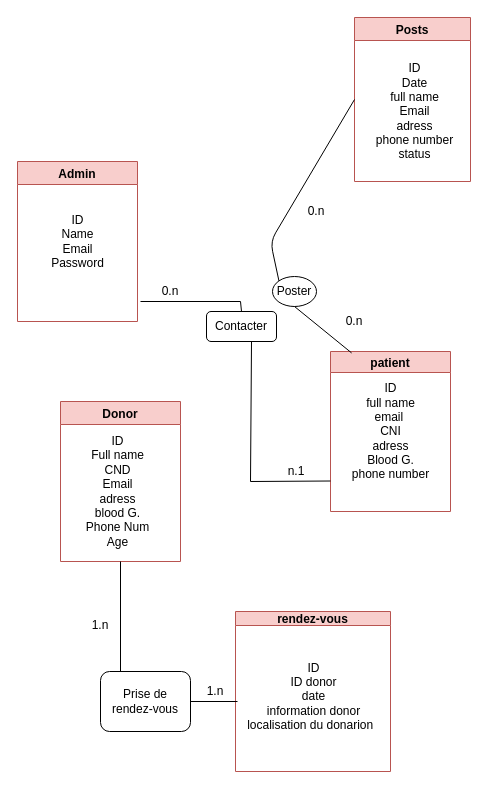
Before: mcd.drawio in chaima-marzouk/projet-fil-rouge, a draw.io diagram. Source tidied: cells renumbered, new cells numbered last; positions are measured from the earlier drawing's top-left corner, leaving out a move shared by most shapes. Both pictures are drawn from the tidied source at 100%, with x=0, y=0 at pixel (17, 17).
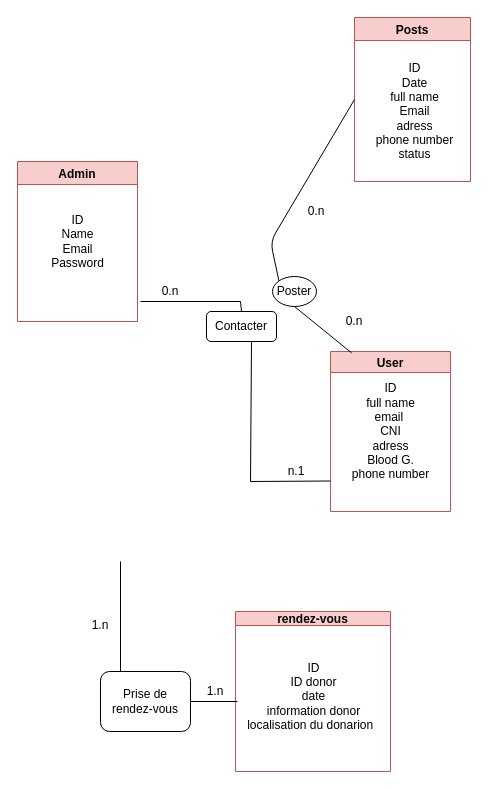
After the change.

Commit message (it also covers changes not shown here):
edit user case

What changed in the source:
```diff
@@
-    <mxCell id="6" value="Donor" style="swimlane;fillColor=#f8cecc;strokeColor=#b85450;" parent="1" vertex="1">
-      <mxGeometry x="43" y="384" width="120" height="160" as="geometry" />
-    </mxCell>
-    <mxCell id="7" value="ID&lt;br&gt;Full name&lt;br&gt;CND&lt;br&gt;Email&lt;br&gt;adress&lt;br&gt;blood G.&lt;br&gt;Phone Num&lt;br&gt;Age" style="text;html=1;align=center;verticalAlign=middle;" parent="6" vertex="1">
-      <mxGeometry x="17" y="30" width="80" height="120" as="geometry" />
-    </mxCell>
@@
-    <mxCell id="14" value="patient" style="swimlane;fillColor=#f8cecc;strokeColor=#b85450;startSize=21;" parent="1" vertex="1">
+    <mxCell id="14" value="User" style="swimlane;fillColor=#f8cecc;strokeColor=#b85450;startSize=21;" parent="1" vertex="1">
       <mxGeometry x="313" y="334" width="120" height="160" as="geometry" />
     </mxCell>
@@
-    <mxCell id="19" style="endArrow=none;html=1;entryX=0.5;entryY=1;entryDx=0;entryDy=0;" parent="1" edge="1" target="6">
+    <mxCell id="19" style="endArrow=none;html=1;entryX=0.5;entryY=1;entryDx=0;entryDy=0;" parent="1" edge="1">
       <mxGeometry relative="1" as="geometry">
         <mxPoint x="103" y="664" as="sourcePoint" />
+        <mxPoint x="103" y="544" as="targetPoint" />
       </mxGeometry>
     </mxCell>
```
